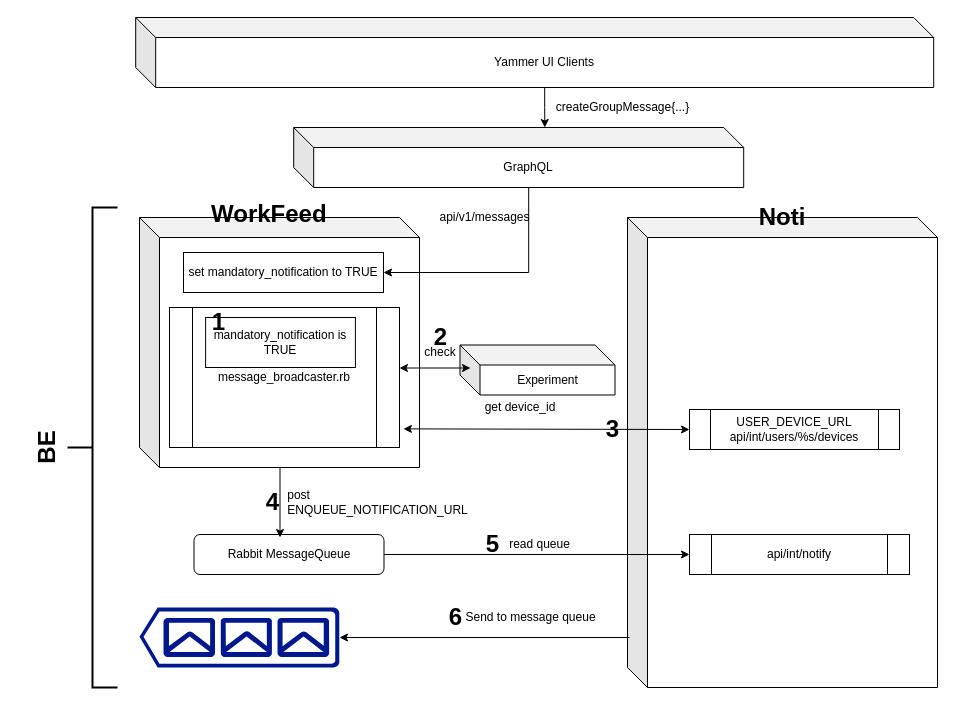
This is MandatoryNotification.drawio from JSSU/WorkNoteT, a draw.io file, before an edit. Source tidied: cells renumbered, new cells numbered last; positions are measured from the earlier drawing's top-left corner, leaving out a move shared by most shapes. Both pictures are drawn from the tidied source at 100%, with x=0, y=0 at pixel (27, 17).
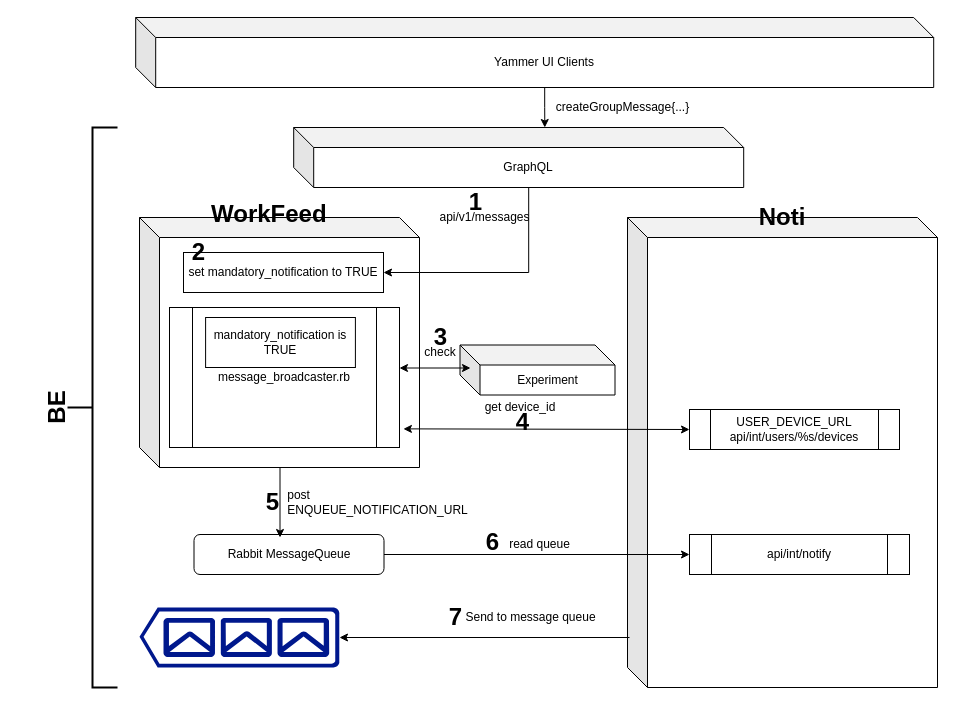
After the change.

The edit, as a diff of the source:
```diff
@@
     <mxCell id="21" value="&lt;h1&gt;1&lt;/h1&gt;" style="text;html=1;align=center;verticalAlign=middle;" parent="1" vertex="1">
-      <mxGeometry x="176.1" y="280" width="30" height="50" as="geometry" />
+      <mxGeometry x="433" y="160" width="30" height="50" as="geometry" />
     </mxCell>
-    <mxCell id="22" value="&lt;h1&gt;2&lt;/h1&gt;" style="text;html=1;align=center;verticalAlign=middle;" parent="1" vertex="1">
-      <mxGeometry x="398" y="294.5" width="30" height="50" as="geometry" />
-    </mxCell>
     <mxCell id="23" value="&lt;h1&gt;3&lt;/h1&gt;" style="text;html=1;align=center;verticalAlign=middle;" parent="1" vertex="1">
-      <mxGeometry x="570" y="387" width="30" height="50" as="geometry" />
+      <mxGeometry x="398" y="294.5" width="30" height="50" as="geometry" />
     </mxCell>
     <mxCell id="24" value="&lt;h1&gt;4&lt;/h1&gt;" style="text;html=1;align=center;verticalAlign=middle;" parent="1" vertex="1">
-      <mxGeometry x="230" y="460" width="30" height="50" as="geometry" />
+      <mxGeometry x="480" y="380" width="30" height="50" as="geometry" />
     </mxCell>
     <mxCell id="25" value="&lt;h1&gt;5&lt;/h1&gt;" style="text;html=1;align=center;verticalAlign=middle;" parent="1" vertex="1">
-      <mxGeometry x="450" y="502" width="30" height="50" as="geometry" />
+      <mxGeometry x="230" y="460" width="30" height="50" as="geometry" />
     </mxCell>
@@
     <mxCell id="27" value="&lt;h1&gt;6&lt;/h1&gt;" style="text;html=1;align=center;verticalAlign=middle;" parent="1" vertex="1">
-      <mxGeometry x="413" y="575" width="30" height="50" as="geometry" />
+      <mxGeometry x="450" y="500" width="30" height="50" as="geometry" />
     </mxCell>
     <mxCell id="28" value="&lt;h1&gt;BE&lt;/h1&gt;" style="text;html=1;strokeColor=none;fillColor=none;align=center;verticalAlign=middle;whiteSpace=wrap;rounded=0;rotation=270;" parent="1" vertex="1">
-      <mxGeometry y="420" width="40" height="20" as="geometry" />
+      <mxGeometry x="10" y="380" width="40" height="20" as="geometry" />
     </mxCell>
     <mxCell id="29" style="strokeWidth=2;html=1;shape=mxgraph.flowchart.annotation_2;align=left;labelPosition=right;" parent="1" vertex="1">
-      <mxGeometry x="40" y="190" width="50" height="480" as="geometry" />
+      <mxGeometry x="40" y="110" width="50" height="560" as="geometry" />
     </mxCell>
@@
+    <mxCell id="22" value="&lt;h1&gt;2&lt;/h1&gt;" style="text;html=1;align=center;verticalAlign=middle;" parent="1" vertex="1">
+      <mxGeometry x="156" y="210" width="30" height="50" as="geometry" />
+    </mxCell>
+    <mxCell id="38" value="&lt;h1&gt;7&lt;/h1&gt;" style="text;html=1;align=center;verticalAlign=middle;" parent="1" vertex="1">
+      <mxGeometry x="413" y="575" width="30" height="50" as="geometry" />
+    </mxCell>
```
